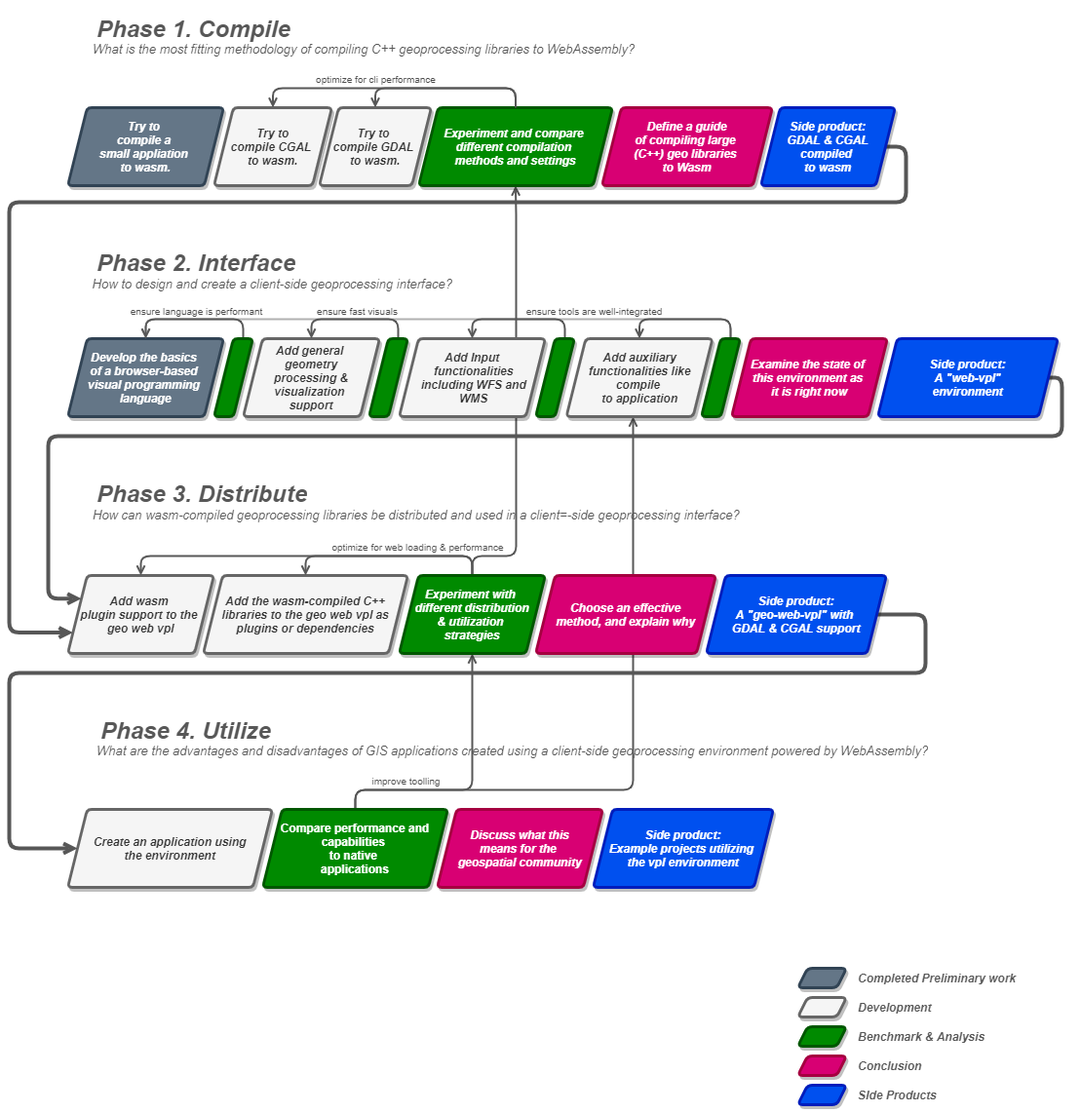
the-red-feather/thesis keeps this draw.io diagram as proposal/schemas/methodology/method.png. Above is the earlier version. Source tidied: cells renumbered, new cells last; positions are measured from the earlier drawing's top-left corner, leaving out a move shared by most shapes.
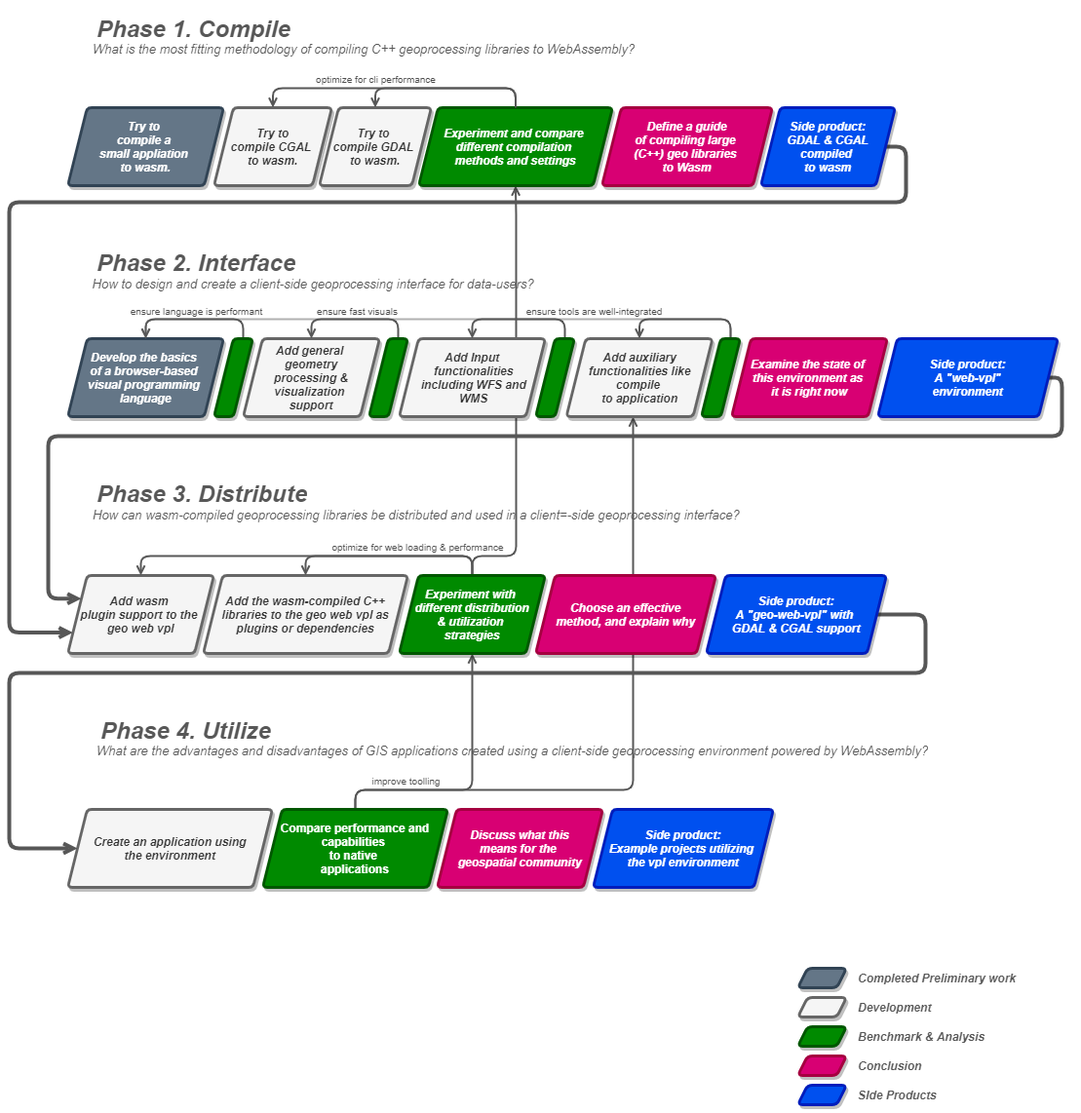
The same file after the commit.

What changed in the source:
```diff
@@ -174,7 +174,7 @@
     <mxCell id="44" value="&lt;h1 style=&quot;font-size: 13px&quot;&gt;&lt;span style=&quot;font-weight: normal&quot;&gt;&lt;i&gt;&lt;font style=&quot;font-size: 13px&quot;&gt;What is the most&amp;nbsp;&lt;/font&gt;fitting&amp;nbsp;&lt;font style=&quot;font-size: 13px&quot;&gt;methodology of compiling C++ geoprocessing libraries to WebAssembly?&lt;/font&gt;&lt;/i&gt;&lt;/span&gt;&lt;br&gt;&lt;/h1&gt;" style="text;html=1;strokeColor=none;fillColor=none;spacing=5;spacingTop=-20;whiteSpace=wrap;overflow=hidden;fontColor=#575757;rounded=0;rotation=0;fontFamily=Helvetica;align=left;verticalAlign=bottom;fontSize=12;" parent="1" vertex="1">
       <mxGeometry x="81" y="27" width="760" height="35" as="geometry" />
     </mxCell>
-    <mxCell id="45" value="&lt;h1&gt;&lt;span style=&quot;font-weight: 400&quot;&gt;&lt;i&gt;&lt;font style=&quot;font-size: 13px&quot;&gt;&amp;nbsp;How to design and create a client-side geoprocessing interface?&lt;/font&gt;&lt;/i&gt;&lt;/span&gt;&lt;br style=&quot;font-size: 12px&quot;&gt;&lt;/h1&gt;" style="text;html=1;strokeColor=none;fillColor=none;spacing=5;spacingTop=-20;whiteSpace=wrap;overflow=hidden;fontColor=#575757;rounded=0;rotation=0;fontFamily=Helvetica;align=left;verticalAlign=bottom;fontSize=12;" parent="1" vertex="1">
+    <mxCell id="45" value="&lt;h1&gt;&lt;span style=&quot;font-weight: 400&quot;&gt;&lt;i&gt;&lt;font style=&quot;font-size: 13px&quot;&gt;&amp;nbsp;How to design and create a client-side geoprocessing interface for data-users?&lt;/font&gt;&lt;/i&gt;&lt;/span&gt;&lt;br style=&quot;font-size: 12px&quot;&gt;&lt;/h1&gt;" style="text;html=1;strokeColor=none;fillColor=none;spacing=5;spacingTop=-20;whiteSpace=wrap;overflow=hidden;fontColor=#575757;rounded=0;rotation=0;fontFamily=Helvetica;align=left;verticalAlign=bottom;fontSize=12;" parent="1" vertex="1">
       <mxGeometry x="77" y="263" width="680" height="32" as="geometry" />
     </mxCell>
     <mxCell id="46" value="&lt;h1&gt;&lt;span style=&quot;font-size: 13px ; font-weight: 400&quot;&gt;&lt;i&gt;How can wasm-compiled geoprocessing libraries be distributed and used in a client=-side geoprocessing interface?&lt;/i&gt;&lt;/span&gt;&lt;br style=&quot;font-size: 12px&quot;&gt;&lt;/h1&gt;" style="text;html=1;strokeColor=none;fillColor=none;spacing=5;spacingTop=-20;whiteSpace=wrap;overflow=hidden;fontColor=#575757;rounded=0;rotation=0;fontFamily=Helvetica;align=left;verticalAlign=bottom;fontSize=12;labelBackgroundColor=default;" parent="1" vertex="1">
```
